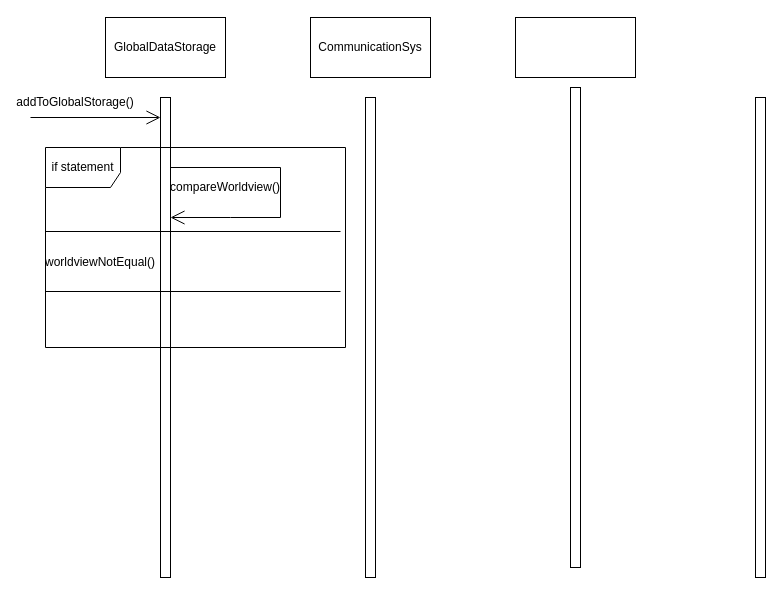
Above: Diagrammer/SequenceDiagSynchInfo.drawio in MathiasSagerup/Sanntid (draw.io), before the change. Source tidied: cells renumbered, new cells numbered last; positions are measured from the earlier drawing's top-left corner, leaving out a move shared by most shapes. Both pictures are drawn from the tidied source at 100%, with x=0, y=0 at pixel (30, 17).
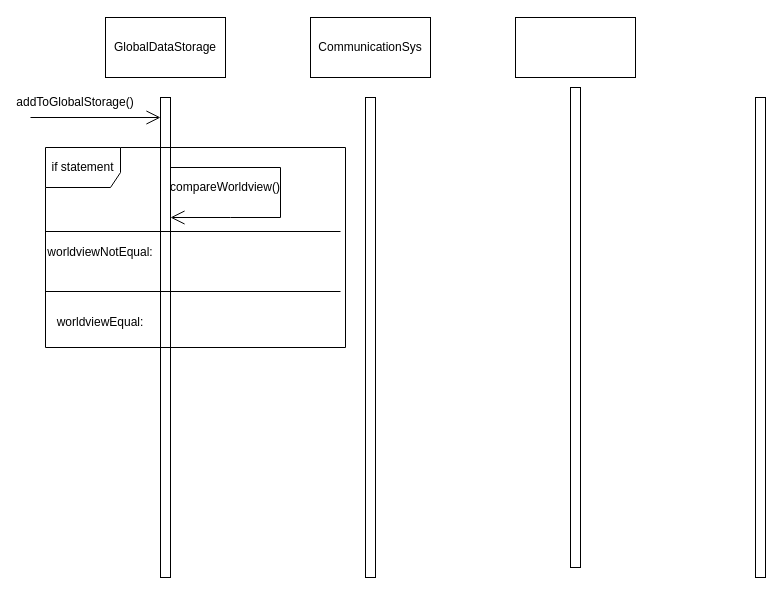
The same diagram, later.

What changed in the source:
```diff
@@
-    <mxCell id="16" value="worldviewNotEqual()" style="text;html=1;whiteSpace=wrap;strokeColor=none;fillColor=none;align=center;verticalAlign=middle;rounded=0;" parent="1" vertex="1">
-      <mxGeometry x="40" y="230" width="60" height="30" as="geometry" />
+    <mxCell id="16" value="worldviewNotEqual:" style="text;html=1;whiteSpace=wrap;strokeColor=none;fillColor=none;align=center;verticalAlign=middle;rounded=0;" parent="1" vertex="1">
+      <mxGeometry x="40" y="220" width="60" height="30" as="geometry" />
     </mxCell>
+    <mxCell id="17" value="worldviewEqual:" style="text;html=1;whiteSpace=wrap;strokeColor=none;fillColor=none;align=center;verticalAlign=middle;rounded=0;" parent="1" vertex="1">
+      <mxGeometry x="40" y="290" width="60" height="30" as="geometry" />
+    </mxCell>
```
